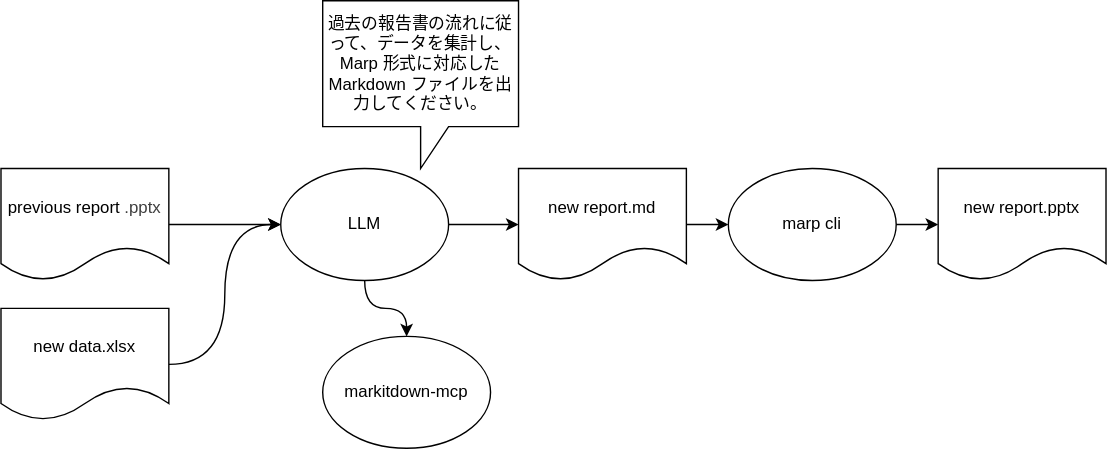
makaizo/automatic_report_generation keeps this draw.io diagram as images/flow.drawio.svg. Above is the earlier version. Source tidied: cells renumbered, new cells last; positions are measured from the earlier drawing's top-left corner, leaving out a move shared by most shapes.
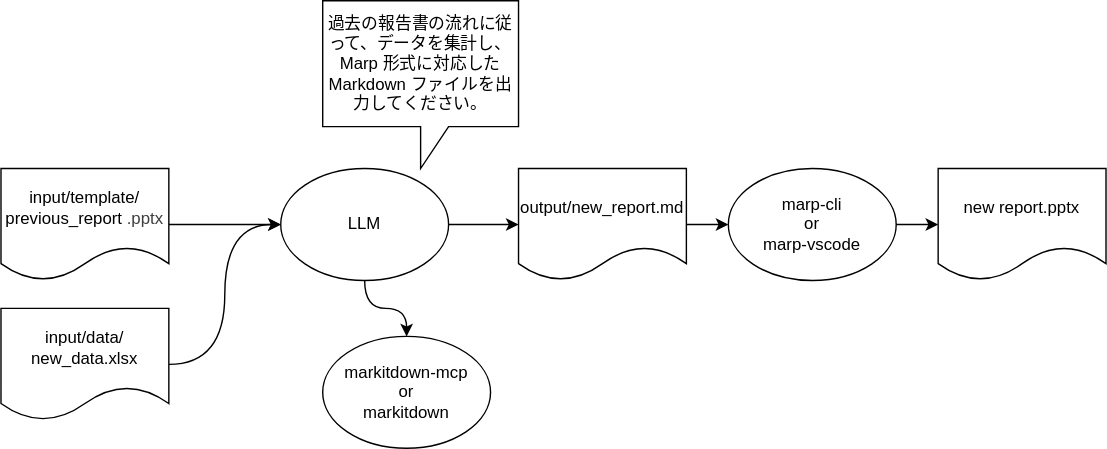
After the change.

Commit message:
add instruction using vscode+aiagent

Diff of the diagram source:
```diff
@@ -5,16 +5,16 @@
     <mxCell id="2" style="edgeStyle=none;html=1;" parent="1" edge="1" source="3" target="9">
       <mxGeometry relative="1" as="geometry" />
     </mxCell>
-    <mxCell id="3" value="&lt;span style=&quot;background-color: transparent;&quot;&gt;&lt;font color=&quot;#000000&quot;&gt;previous report&lt;/font&gt;&lt;/span&gt;&lt;span style=&quot;color: rgb(63, 63, 63); background-color: transparent;&quot;&gt;.pptx&lt;/span&gt;" style="shape=document;whiteSpace=wrap;html=1;boundedLbl=1;" parent="1" vertex="1">
+    <mxCell id="3" value="&lt;span style=&quot;background-color: transparent;&quot;&gt;&lt;font color=&quot;#000000&quot;&gt;input/template/&lt;/font&gt;&lt;/span&gt;&lt;div&gt;&lt;span style=&quot;background-color: transparent;&quot;&gt;&lt;font color=&quot;#000000&quot;&gt;previous_report&lt;/font&gt;&lt;/span&gt;&lt;span style=&quot;color: rgb(63, 63, 63); background-color: transparent;&quot;&gt;.pptx&lt;/span&gt;&lt;/div&gt;" style="shape=document;whiteSpace=wrap;html=1;boundedLbl=1;" parent="1" vertex="1">
       <mxGeometry y="120" width="120" height="80" as="geometry" />
     </mxCell>
     <mxCell id="4" style="edgeStyle=orthogonalEdgeStyle;html=1;entryX=0;entryY=0.5;entryDx=0;entryDy=0;curved=1;" parent="1" edge="1" source="5" target="9">
       <mxGeometry relative="1" as="geometry" />
     </mxCell>
-    <mxCell id="5" value="new data.xlsx" style="shape=document;whiteSpace=wrap;html=1;boundedLbl=1;" parent="1" vertex="1">
+    <mxCell id="5" value="input/data/&lt;div&gt;new_data.xlsx&lt;/div&gt;" style="shape=document;whiteSpace=wrap;html=1;boundedLbl=1;" parent="1" vertex="1">
       <mxGeometry y="220" width="120" height="80" as="geometry" />
     </mxCell>
-    <mxCell id="6" value="markitdown-mcp" style="ellipse;whiteSpace=wrap;html=1;" parent="1" vertex="1">
+    <mxCell id="6" value="markitdown-mcp&lt;div&gt;or&lt;/div&gt;&lt;div&gt;markitdown&lt;/div&gt;" style="ellipse;whiteSpace=wrap;html=1;" parent="1" vertex="1">
       <mxGeometry x="230" y="240" width="120" height="80" as="geometry" />
     </mxCell>
     <mxCell id="7" style="edgeStyle=orthogonalEdgeStyle;html=1;entryX=0.5;entryY=0;entryDx=0;entryDy=0;curved=1;" parent="1" edge="1" source="9" target="6">
@@ -32,13 +32,13 @@
     <mxCell id="11" style="edgeStyle=none;html=1;entryX=0;entryY=0.5;entryDx=0;entryDy=0;" parent="1" edge="1" source="12" target="14">
       <mxGeometry relative="1" as="geometry" />
     </mxCell>
-    <mxCell id="12" value="new report.md" style="shape=document;whiteSpace=wrap;html=1;boundedLbl=1;" parent="1" vertex="1">
+    <mxCell id="12" value="output/new_report.md" style="shape=document;whiteSpace=wrap;html=1;boundedLbl=1;" parent="1" vertex="1">
       <mxGeometry x="370" y="120" width="120" height="80" as="geometry" />
     </mxCell>
     <mxCell id="13" value="new report.pptx" style="shape=document;whiteSpace=wrap;html=1;boundedLbl=1;" parent="1" vertex="1">
       <mxGeometry x="670" y="120" width="120" height="80" as="geometry" />
     </mxCell>
-    <mxCell id="14" value="marp cli" style="ellipse;whiteSpace=wrap;html=1;" parent="1" vertex="1">
+    <mxCell id="14" value="marp-cli&lt;div&gt;or&lt;/div&gt;&lt;div&gt;marp-vscode&lt;/div&gt;" style="ellipse;whiteSpace=wrap;html=1;" parent="1" vertex="1">
       <mxGeometry x="520" y="120" width="120" height="80" as="geometry" />
     </mxCell>
     <mxCell id="15" style="edgeStyle=none;html=1;entryX=0;entryY=0.5;entryDx=0;entryDy=0;" parent="1" edge="1" source="14" target="13">
```
